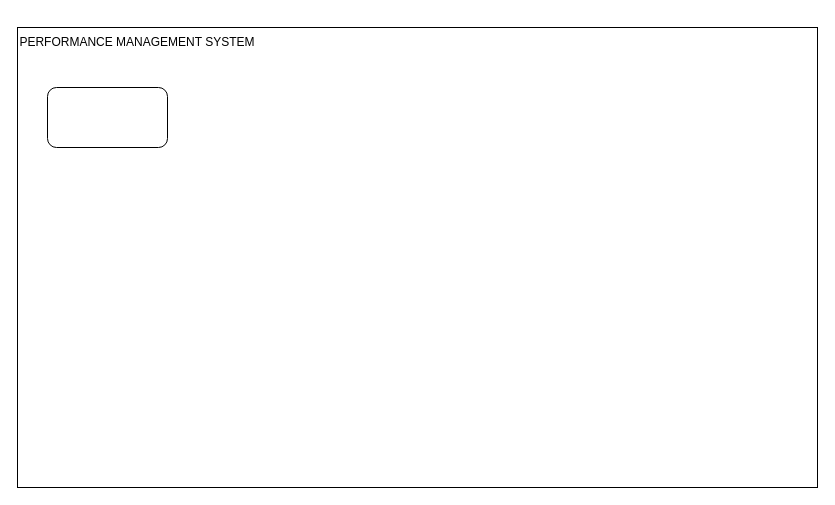
Above: PMS System design.drawio in JohnMugambi/Files (draw.io), before the change. Source tidied: cells renumbered, new cells numbered last; positions are measured from the earlier drawing's top-left corner, leaving out a move shared by most shapes. Both pictures are drawn from the tidied source at 100%, with x=0, y=0 at pixel (17, 27).
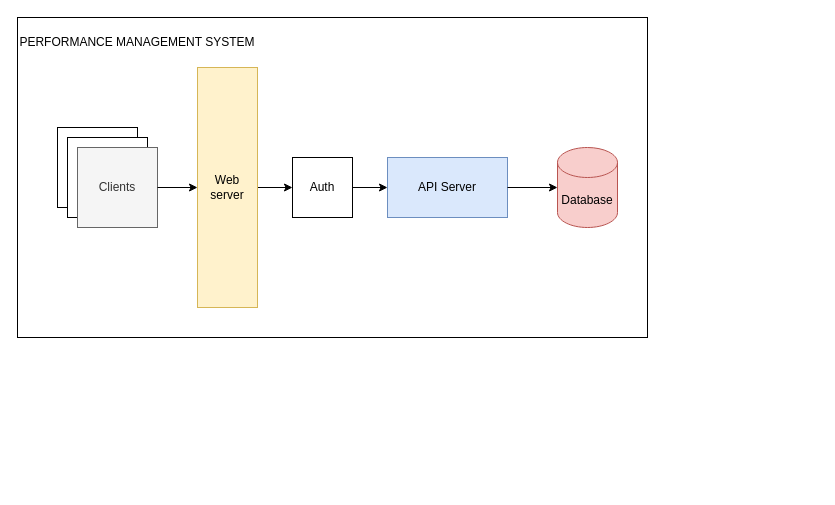
The same page after the edit.

Change to the diagram source:
```diff
@@
 <mxGraphModel>
   <root>
     <mxCell id="0" />
     <mxCell id="1" parent="0" />
-    <mxCell id="2" style="rounded=0;whiteSpace=wrap;html=1;" parent="1" vertex="1">
-      <mxGeometry width="800" height="460" as="geometry" />
-    </mxCell>
+    <mxCell id="5" style="rounded=0;whiteSpace=wrap;html=1;" parent="1" vertex="1">
+      <mxGeometry y="-10" width="630" height="320" as="geometry" />
+    </mxCell>
     <mxCell id="3" value="PERFORMANCE MANAGEMENT SYSTEM" style="text;html=1;strokeColor=none;fillColor=none;align=center;verticalAlign=middle;whiteSpace=wrap;rounded=0;" parent="1" vertex="1">
       <mxGeometry width="240" height="30" as="geometry" />
     </mxCell>
-    <mxCell id="4" style="rounded=1;whiteSpace=wrap;html=1;" parent="1" vertex="1">
-      <mxGeometry x="30" y="60" width="120" height="60" as="geometry" />
-    </mxCell>
+    <mxCell id="6" style="group;" parent="1" vertex="1">
+      <mxGeometry x="70" y="130" width="100" height="100" as="geometry" />
+    </mxCell>
+    <mxCell id="7" style="group;" parent="6" vertex="1">
+      <mxGeometry x="-30" y="-30" width="100" height="100" as="geometry" />
+    </mxCell>
+    <mxCell id="8" style="whiteSpace=wrap;html=1;" parent="7" vertex="1">
+      <mxGeometry width="80" height="80" as="geometry" />
+    </mxCell>
+    <mxCell id="9" style="whiteSpace=wrap;html=1;" parent="7" vertex="1">
+      <mxGeometry x="10" y="10" width="80" height="80" as="geometry" />
+    </mxCell>
+    <mxCell id="10" value="Clients" style="whiteSpace=wrap;html=1;fillColor=#f5f5f5;fontColor=#333333;strokeColor=#666666;" parent="7" vertex="1">
+      <mxGeometry x="20" y="20" width="80" height="80" as="geometry" />
+    </mxCell>
+    <mxCell id="11" style="edgeStyle=orthogonalEdgeStyle;rounded=0;jettySize=auto;html=1;entryX=0;entryY=0.5;entryDx=0;entryDy=0;" parent="1" edge="1" source="12" target="18">
+      <mxGeometry relative="1" as="geometry" />
+    </mxCell>
+    <mxCell id="12" value="&lt;div&gt;Web&lt;/div&gt;&lt;div&gt;server&lt;br&gt;&lt;/div&gt;" style="rounded=0;whiteSpace=wrap;html=1;fillColor=#fff2cc;strokeColor=#d6b656;" parent="1" vertex="1">
+      <mxGeometry x="180" y="40" width="60" height="240" as="geometry" />
+    </mxCell>
+    <mxCell id="13" value="API Server" style="rounded=0;whiteSpace=wrap;html=1;fillColor=#dae8fc;strokeColor=#6c8ebf;" parent="1" vertex="1">
+      <mxGeometry x="370" y="130" width="120" height="60" as="geometry" />
+    </mxCell>
+    <mxCell id="14" value="Database" style="shape=cylinder3;whiteSpace=wrap;html=1;boundedLbl=1;backgroundOutline=1;size=15;fillColor=#f8cecc;strokeColor=#b85450;" parent="1" vertex="1">
+      <mxGeometry x="540" y="120" width="60" height="80" as="geometry" />
+    </mxCell>
+    <mxCell id="15" style="edgeStyle=orthogonalEdgeStyle;rounded=0;jettySize=auto;html=1;exitX=1;exitY=0.5;exitDx=0;exitDy=0;entryX=0;entryY=0.5;entryDx=0;entryDy=0;" parent="1" edge="1" source="10" target="12">
+      <mxGeometry relative="1" as="geometry" />
+    </mxCell>
+    <mxCell id="16" style="edgeStyle=orthogonalEdgeStyle;rounded=0;jettySize=auto;html=1;" parent="1" edge="1" source="13" target="14">
+      <mxGeometry relative="1" as="geometry" />
+    </mxCell>
+    <mxCell id="17" style="edgeStyle=orthogonalEdgeStyle;rounded=0;jettySize=auto;html=1;" parent="1" edge="1" source="18" target="13">
+      <mxGeometry relative="1" as="geometry" />
+    </mxCell>
+    <mxCell id="18" value="Auth" style="rounded=0;whiteSpace=wrap;html=1;" parent="1" vertex="1">
+      <mxGeometry x="275" y="130" width="60" height="60" as="geometry" />
+    </mxCell>
   </root>
 </mxGraphModel>
```
